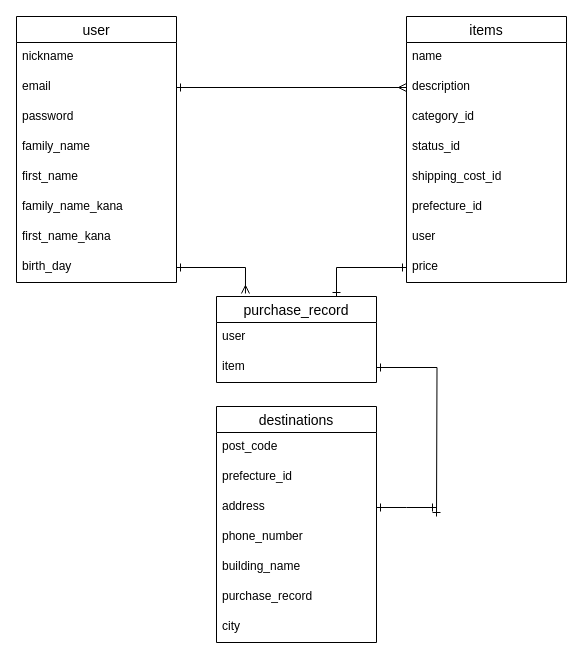
The draw.io diagram furima.dio in pofyusukeyamamoto/furima-35046, before the edit. Source tidied: cells renumbered, new cells numbered last; positions are measured from the earlier drawing's top-left corner, leaving out a move shared by most shapes. Both pictures are drawn from the tidied source at 100%, with x=0, y=0 at pixel (16, 16).
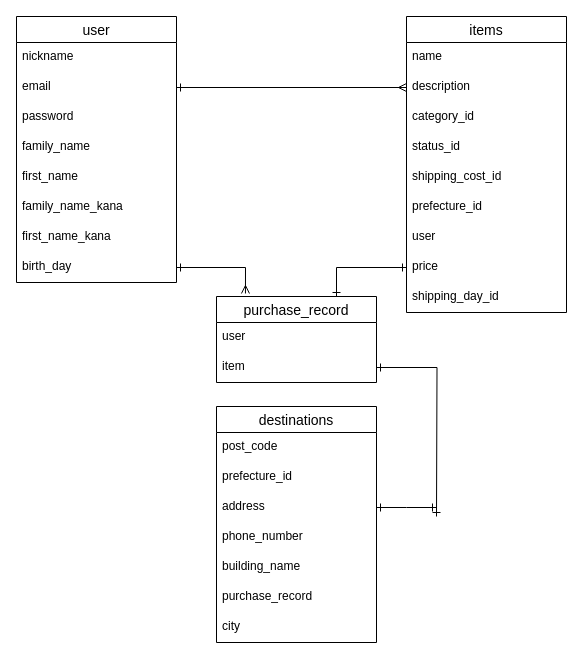
Above is the later version.

Commit message:
データベース設計shiping_day_id

Change to the diagram source:
```diff
@@
     <mxCell id="14" value="items" style="swimlane;fontStyle=0;horizontal=1;startSize=26;align=center;fontSize=14;" parent="1" vertex="1">
-      <mxGeometry x="390" width="160" height="266" as="geometry" />
+      <mxGeometry x="390" width="160" height="296" as="geometry" />
     </mxCell>
@@
+    <mxCell id="36" value="shipping_day_id&#10;" style="text;strokeColor=none;fillColor=none;spacingLeft=4;spacingRight=4;overflow=hidden;fontSize=12;" parent="14" vertex="1">
+      <mxGeometry y="266" width="160" height="30" as="geometry" />
+    </mxCell>
```
